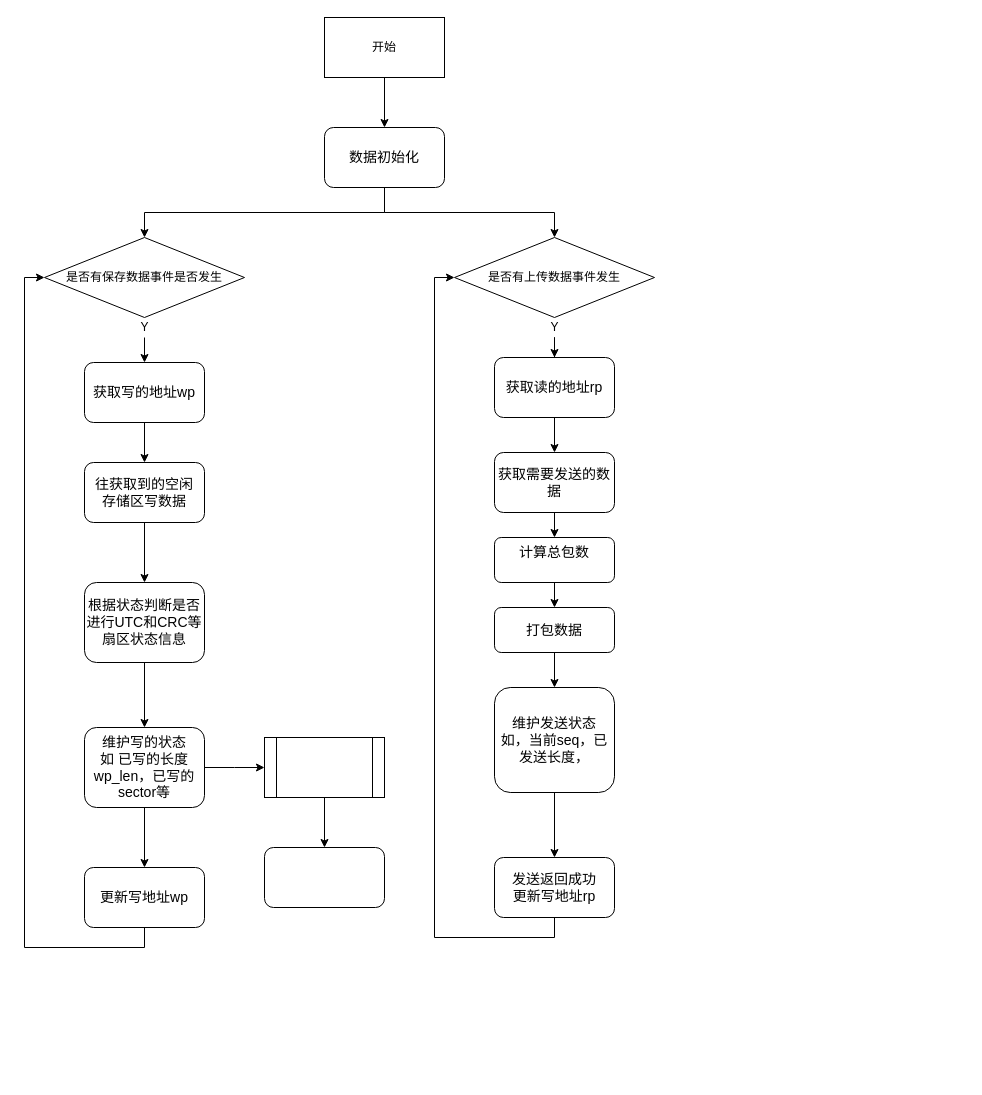
Above: page "Page-1" (1 of 3) of P3.drawio in blackfalsehood/mycode (draw.io), before the change. Source tidied: cells renumbered, new cells numbered last; positions are measured from the earlier drawing's top-left corner, leaving out a move shared by most shapes. Both pictures are drawn from the tidied source at 100%, with x=0, y=0 at pixel (44, 17).
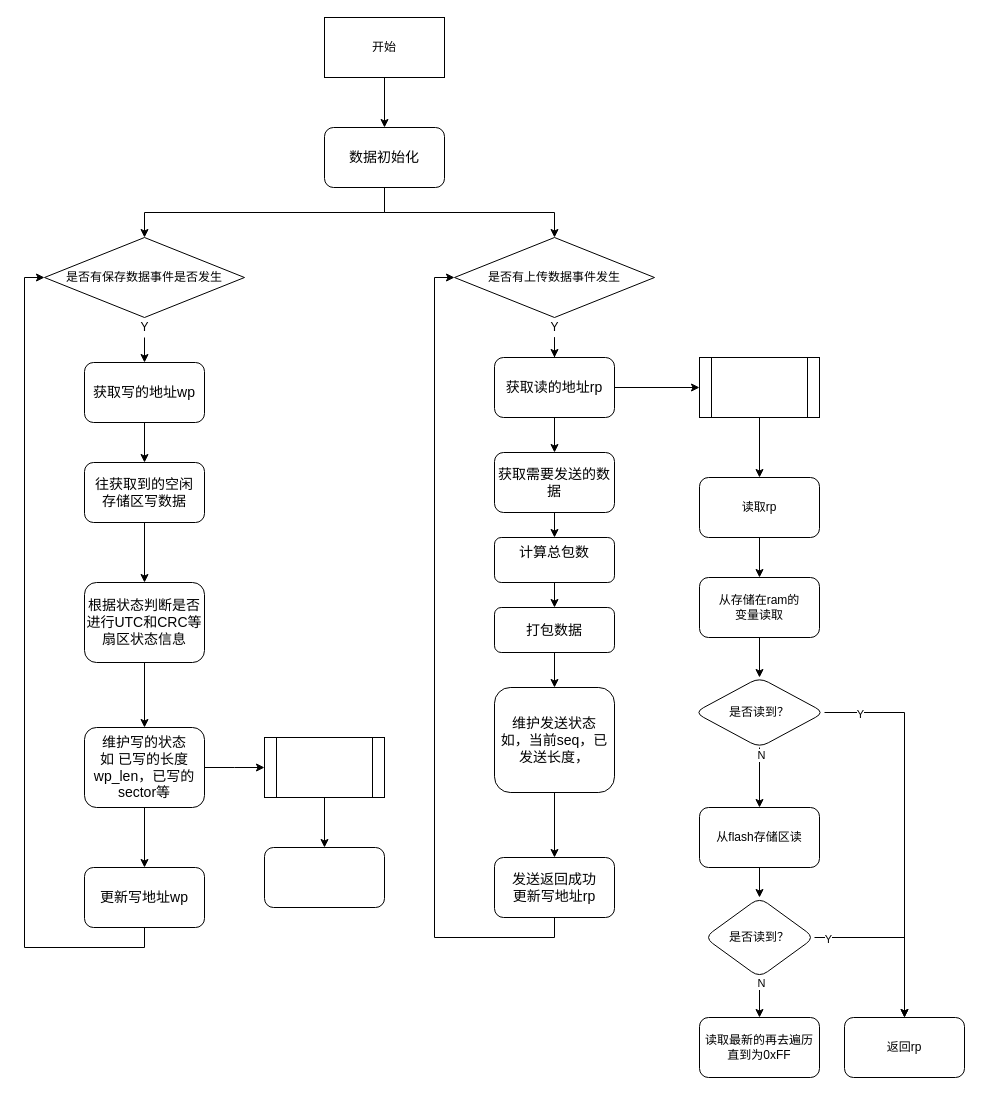
The same page after the edit.

Unchanged cells that the change refers to:
```xml
<mxCell id="20" value="&lt;font style=&quot;font-size: 14px&quot;&gt;获取读的地址rp&lt;/font&gt;" style="rounded=1;whiteSpace=wrap;html=1;" parent="1" vertex="1">
  <mxGeometry x="450" y="340" width="120" height="60" as="geometry" />
</mxCell>
```

The edit, as a diff of the source:
```diff
@@
+    <mxCell id="41" style="edgeStyle=orthogonalEdgeStyle;rounded=0;jettySize=auto;html=1;" parent="1" edge="1" source="20" target="43">
+      <mxGeometry relative="1" as="geometry" />
+    </mxCell>
@@
+    <mxCell id="42" style="edgeStyle=orthogonalEdgeStyle;rounded=0;jettySize=auto;html=1;" parent="1" edge="1" source="43" target="45">
+      <mxGeometry relative="1" as="geometry" />
+    </mxCell>
+    <mxCell id="43" style="shape=process;whiteSpace=wrap;html=1;backgroundOutline=1;" parent="1" vertex="1">
+      <mxGeometry x="655" y="340" width="120" height="60" as="geometry" />
+    </mxCell>
+    <mxCell id="44" style="edgeStyle=orthogonalEdgeStyle;rounded=0;jettySize=auto;html=1;" parent="1" edge="1" source="45" target="47">
+      <mxGeometry relative="1" as="geometry" />
+    </mxCell>
+    <mxCell id="45" value="读取rp" style="rounded=1;whiteSpace=wrap;html=1;" parent="1" vertex="1">
+      <mxGeometry x="655" y="460" width="120" height="60" as="geometry" />
+    </mxCell>
+    <mxCell id="46" style="edgeStyle=orthogonalEdgeStyle;rounded=0;jettySize=auto;html=1;" parent="1" edge="1" source="47" target="50">
+      <mxGeometry relative="1" as="geometry" />
+    </mxCell>
+    <mxCell id="47" value="从存储在ram的&lt;br&gt;变量读取" style="whiteSpace=wrap;html=1;rounded=1;" parent="1" vertex="1">
+      <mxGeometry x="655" y="560" width="120" height="60" as="geometry" />
+    </mxCell>
+    <mxCell id="48" style="edgeStyle=orthogonalEdgeStyle;rounded=0;jettySize=auto;html=1;exitX=1;exitY=0.5;exitDx=0;exitDy=0;entryX=0.5;entryY=0;entryDx=0;entryDy=0;" parent="1" edge="1" source="50" target="61">
+      <mxGeometry relative="1" as="geometry" />
+    </mxCell>
+    <mxCell id="49" value="Y" style="edgeLabel;html=1;align=center;verticalAlign=middle;" parent="48" vertex="1">
+      <mxGeometry x="-0.82" y="-1" relative="1" as="geometry" />
+    </mxCell>
+    <mxCell id="50" value="是否读到？" style="rhombus;whiteSpace=wrap;html=1;rounded=1;" parent="1" vertex="1">
+      <mxGeometry x="650" y="660" width="130" height="70" as="geometry" />
+    </mxCell>
+    <mxCell id="51" style="edgeStyle=orthogonalEdgeStyle;rounded=0;jettySize=auto;html=1;entryX=0.5;entryY=0;entryDx=0;entryDy=0;exitX=0.5;exitY=1;exitDx=0;exitDy=0;" parent="1" edge="1" source="50" target="54">
+      <mxGeometry relative="1" as="geometry" />
+    </mxCell>
+    <mxCell id="52" value="N" style="edgeLabel;html=1;align=center;verticalAlign=middle;" parent="51" vertex="1">
+      <mxGeometry x="-0.76" y="1" relative="1" as="geometry" />
+    </mxCell>
+    <mxCell id="53" style="edgeStyle=orthogonalEdgeStyle;rounded=0;jettySize=auto;html=1;" parent="1" edge="1" source="54" target="57">
+      <mxGeometry relative="1" as="geometry" />
+    </mxCell>
+    <mxCell id="54" value="从flash存储区读" style="rounded=1;whiteSpace=wrap;html=1;" parent="1" vertex="1">
+      <mxGeometry x="655" y="790" width="120" height="60" as="geometry" />
+    </mxCell>
+    <mxCell id="55" style="edgeStyle=orthogonalEdgeStyle;rounded=0;jettySize=auto;html=1;exitX=1;exitY=0.5;exitDx=0;exitDy=0;entryX=0.5;entryY=0;entryDx=0;entryDy=0;" parent="1" edge="1" source="57" target="61">
+      <mxGeometry relative="1" as="geometry" />
+    </mxCell>
+    <mxCell id="56" value="Y" style="edgeLabel;html=1;align=center;verticalAlign=middle;" parent="55" vertex="1">
+      <mxGeometry x="-0.85" y="-1" relative="1" as="geometry" />
+    </mxCell>
+    <mxCell id="57" value="是否读到？" style="rhombus;whiteSpace=wrap;html=1;rounded=1;" parent="1" vertex="1">
+      <mxGeometry x="660" y="880" width="110" height="80" as="geometry" />
+    </mxCell>
+    <mxCell id="58" style="edgeStyle=orthogonalEdgeStyle;rounded=0;jettySize=auto;html=1;exitX=0.5;exitY=1;exitDx=0;exitDy=0;" parent="1" edge="1" source="57" target="60">
+      <mxGeometry relative="1" as="geometry" />
+    </mxCell>
+    <mxCell id="59" value="N" style="edgeLabel;html=1;align=center;verticalAlign=middle;" parent="58" vertex="1">
+      <mxGeometry x="-0.73" y="1" relative="1" as="geometry" />
+    </mxCell>
+    <mxCell id="60" value="读取最新的再去遍历直到为0xFF" style="rounded=1;whiteSpace=wrap;html=1;" parent="1" vertex="1">
+      <mxGeometry x="655" y="1000" width="120" height="60" as="geometry" />
+    </mxCell>
+    <mxCell id="61" value="返回rp" style="rounded=1;whiteSpace=wrap;html=1;" parent="1" vertex="1">
+      <mxGeometry x="800" y="1000" width="120" height="60" as="geometry" />
+    </mxCell>
```
